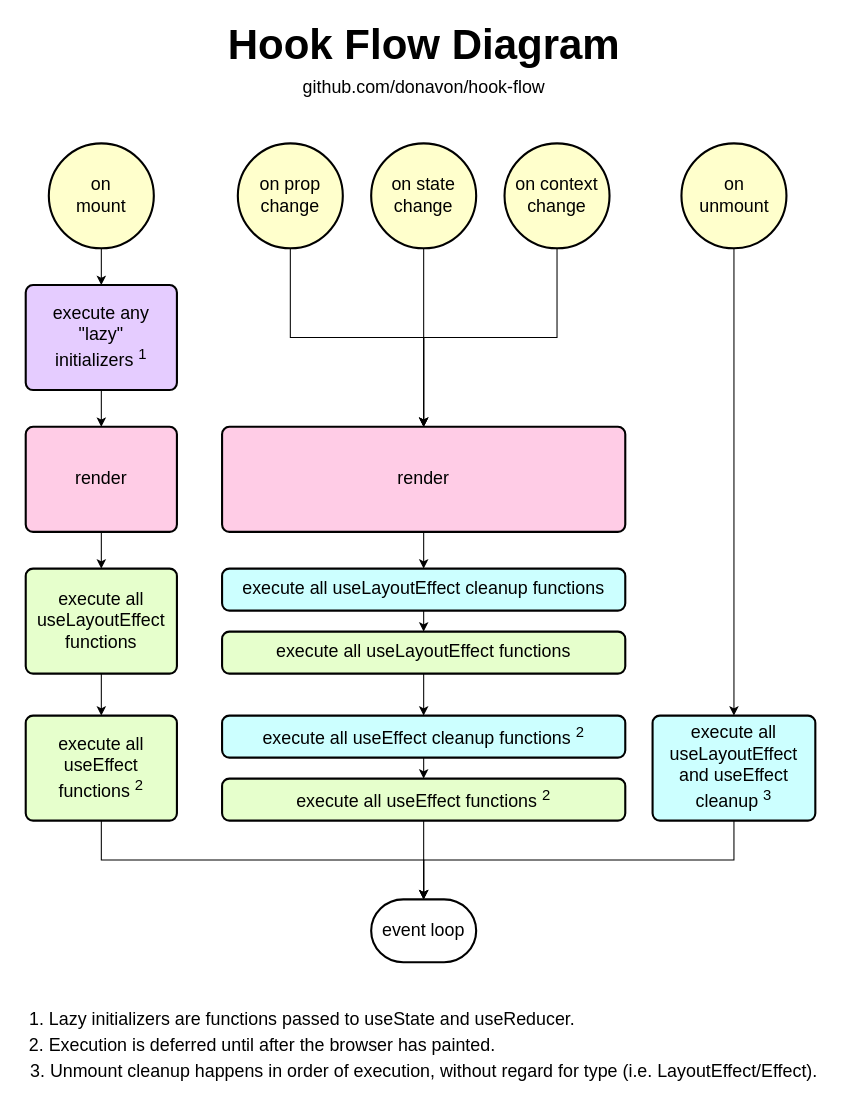
donavon/hook-flow keeps this draw.io diagram as hook-flow.drawio. Above is the earlier version. Source tidied: cells renumbered, new cells numbered last; positions are measured from the earlier drawing's top-left corner, leaving out a move shared by most shapes. Both pictures are drawn from the tidied source at 105%, with x=0, y=0 at pixel (18, 27).
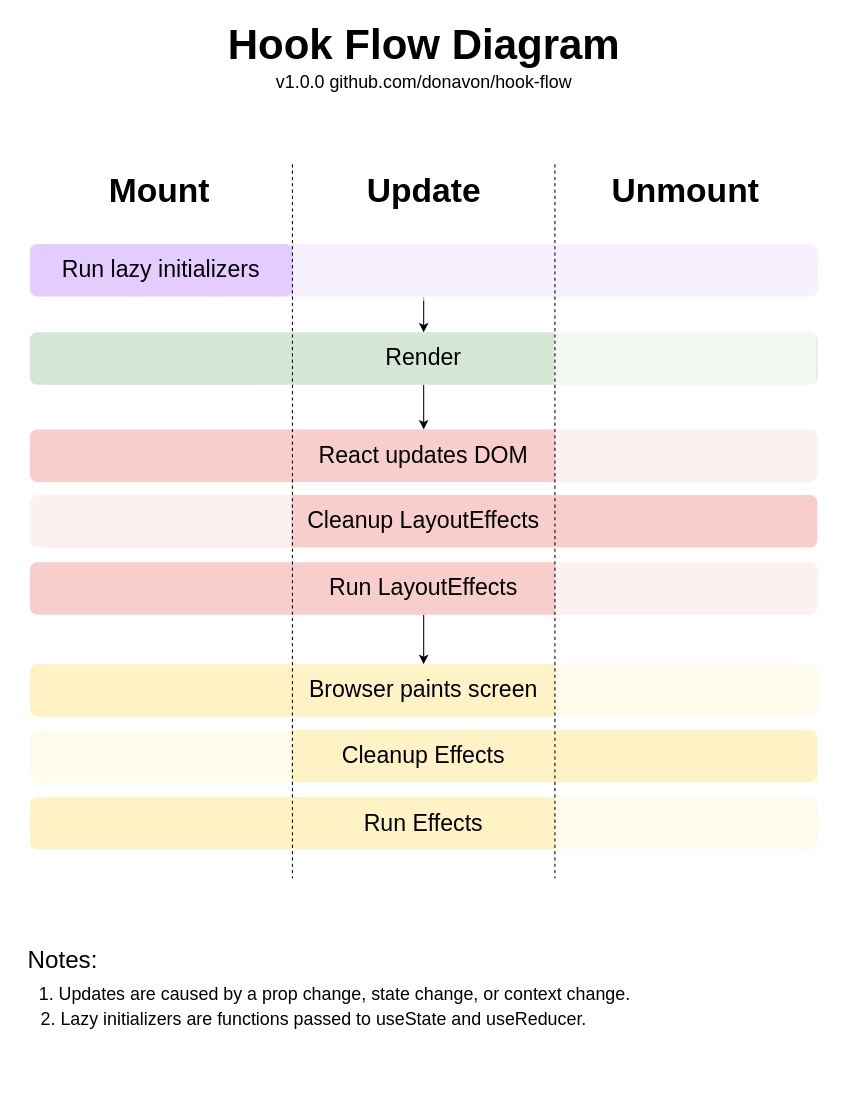
The same diagram, later.

Commit message:
after discussion w/dan

Diff of the diagram source:
```diff
@@
-    <mxCell id="2" style="edgeStyle=orthogonalEdgeStyle;rounded=0;jettySize=auto;html=1;exitX=0.5;exitY=1;exitDx=0;exitDy=0;exitPerimeter=0;entryX=0.5;entryY=0;entryDx=0;entryDy=0;fontSize=17;" parent="1" edge="1" source="3" target="5">
-      <mxGeometry relative="1" as="geometry" />
-    </mxCell>
-    <mxCell id="3" value="on&lt;br&gt;mount" style="strokeWidth=2;html=1;shape=mxgraph.flowchart.start_2;whiteSpace=wrap;fontSize=17;fillColor=#FFFFCC;" parent="1" vertex="1">
-      <mxGeometry x="29" y="110" width="100" height="100" as="geometry" />
-    </mxCell>
-    <mxCell id="4" style="edgeStyle=orthogonalEdgeStyle;rounded=0;jettySize=auto;html=1;exitX=0.5;exitY=1;exitDx=0;exitDy=0;entryX=0.5;entryY=0;entryDx=0;entryDy=0;fontSize=17;" parent="1" edge="1" source="5" target="7">
-      <mxGeometry relative="1" as="geometry" />
-    </mxCell>
-    <mxCell id="5" value="execute any&lt;br style=&quot;font-size: 17px&quot;&gt;&quot;lazy&quot;&lt;br style=&quot;font-size: 17px&quot;&gt;initializers &lt;sup&gt;1&lt;/sup&gt;&lt;br style=&quot;font-size: 17px&quot;&gt;" style="rounded=1;whiteSpace=wrap;html=1;absoluteArcSize=1;arcSize=14;strokeWidth=2;fontSize=17;fillColor=#E5CCFF;" parent="1" vertex="1">
-      <mxGeometry x="7" y="245" width="144" height="100" as="geometry" />
-    </mxCell>
-    <mxCell id="6" style="edgeStyle=orthogonalEdgeStyle;rounded=0;jettySize=auto;html=1;exitX=0.5;exitY=1;exitDx=0;exitDy=0;entryX=0.5;entryY=0;entryDx=0;entryDy=0;fontSize=17;" parent="1" edge="1" source="7" target="9">
-      <mxGeometry relative="1" as="geometry" />
-    </mxCell>
-    <mxCell id="7" value="render" style="rounded=1;whiteSpace=wrap;html=1;absoluteArcSize=1;arcSize=14;strokeWidth=2;fontSize=17;fillColor=#FFCCE6;" parent="1" vertex="1">
-      <mxGeometry x="7" y="380" width="144" height="100" as="geometry" />
-    </mxCell>
-    <mxCell id="8" style="edgeStyle=orthogonalEdgeStyle;rounded=0;jettySize=auto;html=1;exitX=0.5;exitY=1;exitDx=0;exitDy=0;entryX=0.5;entryY=0;entryDx=0;entryDy=0;fontSize=17;" parent="1" edge="1" source="9" target="11">
-      <mxGeometry relative="1" as="geometry" />
-    </mxCell>
-    <mxCell id="9" value="execute all&lt;br style=&quot;font-size: 17px&quot;&gt;useLayoutEffect functions" style="rounded=1;whiteSpace=wrap;html=1;absoluteArcSize=1;arcSize=14;strokeWidth=2;fontSize=17;fillColor=#E6FFCC;" parent="1" vertex="1">
-      <mxGeometry x="7" y="515" width="144" height="100" as="geometry" />
-    </mxCell>
-    <mxCell id="10" style="edgeStyle=orthogonalEdgeStyle;rounded=0;jettySize=auto;html=1;exitX=0.5;exitY=1;exitDx=0;exitDy=0;entryX=0.5;entryY=0;entryDx=0;entryDy=0;entryPerimeter=0;fontSize=17;" parent="1" edge="1" source="11" target="16">
-      <mxGeometry relative="1" as="geometry" />
-    </mxCell>
-    <mxCell id="11" value="execute all&lt;br style=&quot;font-size: 17px&quot;&gt;useEffect functions &lt;sup&gt;2&lt;/sup&gt;" style="rounded=1;whiteSpace=wrap;html=1;absoluteArcSize=1;arcSize=14;strokeWidth=2;fontSize=17;fillColor=#E6FFCC;" parent="1" vertex="1">
-      <mxGeometry x="7" y="655" width="144" height="100" as="geometry" />
-    </mxCell>
-    <mxCell id="12" style="edgeStyle=orthogonalEdgeStyle;rounded=0;jettySize=auto;html=1;exitX=0.5;exitY=1;exitDx=0;exitDy=0;exitPerimeter=0;fontSize=17;" parent="1" edge="1" source="13" target="28">
-      <mxGeometry relative="1" as="geometry" />
-    </mxCell>
-    <mxCell id="13" value="on prop&lt;br style=&quot;font-size: 17px;&quot;&gt;change&lt;br style=&quot;font-size: 17px;&quot;&gt;" style="strokeWidth=2;html=1;shape=mxgraph.flowchart.start_2;whiteSpace=wrap;fontSize=17;fillColor=#FFFFCC;" parent="1" vertex="1">
-      <mxGeometry x="209" y="110" width="100" height="100" as="geometry" />
-    </mxCell>
-    <mxCell id="14" style="edgeStyle=orthogonalEdgeStyle;rounded=0;jettySize=auto;html=1;exitX=0.5;exitY=1;exitDx=0;exitDy=0;exitPerimeter=0;fontSize=17;" parent="1" edge="1" source="15" target="28">
-      <mxGeometry relative="1" as="geometry" />
-    </mxCell>
-    <mxCell id="15" value="on state&lt;br style=&quot;font-size: 17px;&quot;&gt;change&lt;br style=&quot;font-size: 17px;&quot;&gt;" style="strokeWidth=2;html=1;shape=mxgraph.flowchart.start_2;whiteSpace=wrap;fontSize=17;fillColor=#FFFFCC;" parent="1" vertex="1">
-      <mxGeometry x="336" y="110" width="100" height="100" as="geometry" />
-    </mxCell>
-    <mxCell id="16" value="event loop" style="strokeWidth=2;html=1;shape=mxgraph.flowchart.terminator;whiteSpace=wrap;fontSize=17;" parent="1" vertex="1">
-      <mxGeometry x="336" y="830" width="100" height="60" as="geometry" />
-    </mxCell>
-    <mxCell id="17" style="edgeStyle=orthogonalEdgeStyle;rounded=0;jettySize=auto;html=1;exitX=0.5;exitY=1;exitDx=0;exitDy=0;exitPerimeter=0;entryX=0.5;entryY=0;entryDx=0;entryDy=0;fontSize=17;" parent="1" edge="1" source="18" target="20">
-      <mxGeometry relative="1" as="geometry" />
-    </mxCell>
-    <mxCell id="18" value="on&lt;br&gt;unmount" style="strokeWidth=2;html=1;shape=mxgraph.flowchart.start_2;whiteSpace=wrap;fontSize=17;fillColor=#FFFFCC;" parent="1" vertex="1">
-      <mxGeometry x="631.5" y="110" width="100" height="100" as="geometry" />
-    </mxCell>
-    <mxCell id="19" style="edgeStyle=orthogonalEdgeStyle;rounded=0;jettySize=auto;html=1;exitX=0.5;exitY=1;exitDx=0;exitDy=0;entryX=0.5;entryY=0;entryDx=0;entryDy=0;entryPerimeter=0;fontSize=17;" parent="1" edge="1" source="20" target="16">
-      <mxGeometry relative="1" as="geometry" />
-    </mxCell>
-    <mxCell id="20" value="&lt;span style=&quot;font-size: 17px&quot;&gt;execute all&lt;/span&gt;&lt;br style=&quot;font-size: 17px&quot;&gt;&lt;span style=&quot;font-size: 17px&quot;&gt;useLayoutEffect&lt;/span&gt;&lt;br style=&quot;font-size: 17px&quot;&gt;&lt;span style=&quot;font-size: 17px&quot;&gt;and useEffect cleanup &lt;sup&gt;3&lt;/sup&gt;&lt;/span&gt;" style="rounded=1;whiteSpace=wrap;html=1;absoluteArcSize=1;arcSize=14;strokeWidth=2;fontSize=17;fillColor=#CCFFFF;" parent="1" vertex="1">
-      <mxGeometry x="604" y="655" width="155" height="100" as="geometry" />
-    </mxCell>
@@
-    <mxCell id="22" style="edgeStyle=orthogonalEdgeStyle;rounded=0;jettySize=auto;html=1;exitX=0.5;exitY=1;exitDx=0;exitDy=0;exitPerimeter=0;entryX=0.5;entryY=0;entryDx=0;entryDy=0;fontSize=17;" parent="1" edge="1" source="23" target="28">
-      <mxGeometry relative="1" as="geometry" />
-    </mxCell>
-    <mxCell id="23" value="on context&lt;br&gt;change&lt;br&gt;" style="strokeWidth=2;html=1;shape=mxgraph.flowchart.start_2;whiteSpace=wrap;fontSize=17;fillColor=#FFFFCC;" parent="1" vertex="1">
-      <mxGeometry x="463" y="110" width="100" height="100" as="geometry" />
-    </mxCell>
-    <mxCell id="24" value="&lt;div style=&quot;text-align: left&quot;&gt;&lt;span&gt;1. Lazy initializers are functions passed to useState and useReducer.&lt;/span&gt;&lt;/div&gt;" style="text;html=1;align=center;verticalAlign=middle;fillColor=none;strokeColor=none;rounded=0;fontSize=17;" parent="1" vertex="1">
-      <mxGeometry y="930" width="540" height="30" as="geometry" />
+    <mxCell id="24" value="&lt;div style=&quot;text-align: left&quot;&gt;&lt;span&gt;2. Lazy initializers are functions passed to useState and useReducer.&lt;/span&gt;&lt;/div&gt;" style="text;html=1;align=center;verticalAlign=middle;fillColor=none;strokeColor=none;rounded=0;fontSize=17;" parent="1" vertex="1">
+      <mxGeometry x="11" y="930" width="540" height="30" as="geometry" />
     </mxCell>
-    <mxCell id="25" value="&lt;div style=&quot;text-align: left&quot;&gt;&lt;/div&gt;2. Execution is deferred until after the browser has painted.&lt;br&gt;" style="text;html=1;align=center;verticalAlign=middle;fillColor=none;strokeColor=none;rounded=0;fontSize=17;" parent="1" vertex="1">
-      <mxGeometry x="2" y="955" width="460" height="30" as="geometry" />
-    </mxCell>
-    <mxCell id="26" value="&lt;div style=&quot;text-align: left&quot;&gt;3. Unmount cleanup happens in order of execution, without regard for type (i.e. LayoutEffect/Effect).&lt;br&gt;&lt;/div&gt;" style="text;html=1;align=center;verticalAlign=middle;fillColor=none;strokeColor=none;rounded=0;fontSize=17;" parent="1" vertex="1">
-      <mxGeometry x="1" y="980" width="770" height="30" as="geometry" />
-    </mxCell>
-    <mxCell id="27" style="edgeStyle=orthogonalEdgeStyle;rounded=0;jettySize=auto;html=1;exitX=0.5;exitY=1;exitDx=0;exitDy=0;entryX=0.5;entryY=0;entryDx=0;entryDy=0;fontSize=17;" parent="1" edge="1" source="28" target="30">
-      <mxGeometry relative="1" as="geometry" />
-    </mxCell>
+    <mxCell id="38" style="edgeStyle=orthogonalEdgeStyle;rounded=0;jettySize=auto;html=1;exitX=0.5;exitY=1;exitDx=0;exitDy=0;entryX=0.5;entryY=0;entryDx=0;entryDy=0;fontSize=32;" parent="1" edge="1" source="28" target="43">
+      <mxGeometry relative="1" as="geometry" />
+    </mxCell>
-    <mxCell id="28" value="render" style="rounded=1;whiteSpace=wrap;html=1;absoluteArcSize=1;arcSize=14;strokeWidth=2;fontSize=17;fillColor=#FFCCE6;" parent="1" vertex="1">
-      <mxGeometry x="194" y="380" width="384" height="100" as="geometry" />
+    <mxCell id="28" value="&lt;font style=&quot;font-size: 22px&quot;&gt;Render&lt;/font&gt;" style="rounded=1;whiteSpace=wrap;html=1;absoluteArcSize=1;arcSize=14;strokeWidth=2;fontSize=17;fillColor=#d5e6d4;strokeColor=none;" parent="1" vertex="1">
+      <mxGeometry x="11" y="290" width="750" height="50" as="geometry" />
     </mxCell>
-    <mxCell id="29" style="edgeStyle=orthogonalEdgeStyle;rounded=0;jettySize=auto;html=1;exitX=0.5;exitY=1;exitDx=0;exitDy=0;entryX=0.5;entryY=0;entryDx=0;entryDy=0;fontSize=17;" parent="1" edge="1" source="30" target="32">
-      <mxGeometry relative="1" as="geometry" />
-    </mxCell>
-    <mxCell id="30" value="execute all useLayoutEffect cleanup functions " style="rounded=1;whiteSpace=wrap;html=1;absoluteArcSize=1;arcSize=14;strokeWidth=2;fontSize=17;fillColor=#CCFFFF;" parent="1" vertex="1">
-      <mxGeometry x="194" y="515" width="384" height="40" as="geometry" />
-    </mxCell>
-    <mxCell id="31" style="edgeStyle=orthogonalEdgeStyle;rounded=0;jettySize=auto;html=1;exitX=0.5;exitY=1;exitDx=0;exitDy=0;entryX=0.5;entryY=0;entryDx=0;entryDy=0;fontSize=17;" parent="1" edge="1" source="32" target="34">
-      <mxGeometry relative="1" as="geometry" />
-    </mxCell>
-    <mxCell id="32" value="execute all useLayoutEffect functions" style="rounded=1;whiteSpace=wrap;html=1;absoluteArcSize=1;arcSize=14;strokeWidth=2;fontSize=17;fillColor=#E6FFCC;" parent="1" vertex="1">
-      <mxGeometry x="194" y="575" width="384" height="40" as="geometry" />
-    </mxCell>
-    <mxCell id="33" style="edgeStyle=orthogonalEdgeStyle;rounded=0;jettySize=auto;html=1;exitX=0.5;exitY=1;exitDx=0;exitDy=0;entryX=0.5;entryY=0;entryDx=0;entryDy=0;fontSize=17;" parent="1" edge="1" source="34" target="36">
-      <mxGeometry relative="1" as="geometry" />
-    </mxCell>
-    <mxCell id="34" value="execute all useEffect cleanup functions &lt;sup&gt;2&lt;/sup&gt;" style="rounded=1;whiteSpace=wrap;html=1;absoluteArcSize=1;arcSize=14;strokeWidth=2;fontSize=17;fillColor=#CCFFFF;" parent="1" vertex="1">
-      <mxGeometry x="194" y="655" width="384" height="40" as="geometry" />
-    </mxCell>
-    <mxCell id="35" style="edgeStyle=orthogonalEdgeStyle;rounded=0;jettySize=auto;html=1;exitX=0.5;exitY=1;exitDx=0;exitDy=0;entryX=0.5;entryY=0;entryDx=0;entryDy=0;entryPerimeter=0;fontSize=17;" parent="1" edge="1" source="36" target="16">
-      <mxGeometry relative="1" as="geometry" />
-    </mxCell>
-    <mxCell id="36" value="execute all useEffect functions &lt;sup&gt;2&lt;/sup&gt;" style="rounded=1;whiteSpace=wrap;html=1;absoluteArcSize=1;arcSize=14;strokeWidth=2;fontSize=17;fillColor=#E6FFCC;" parent="1" vertex="1">
-      <mxGeometry x="194" y="715" width="384" height="40" as="geometry" />
-    </mxCell>
-    <mxCell id="37" value="github.com/donavon/hook-flow&lt;br&gt;" style="text;html=1;align=center;verticalAlign=middle;fillColor=none;strokeColor=none;rounded=0;fontSize=17;" parent="1" vertex="1">
-      <mxGeometry x="260.5" y="43" width="250" height="30" as="geometry" />
+    <mxCell id="37" value="v1.0.0 github.com/donavon/hook-flow&lt;br&gt;" style="text;html=1;align=center;verticalAlign=middle;fillColor=none;strokeColor=none;rounded=0;fontSize=17;" parent="1" vertex="1">
+      <mxGeometry x="236" y="38" width="300" height="30" as="geometry" />
     </mxCell>
+    <mxCell id="39" value="&lt;div style=&quot;text-align: left&quot;&gt;&lt;span&gt;1. Updates are caused by a prop change, state change, or context change.&lt;/span&gt;&lt;/div&gt;" style="text;html=1;align=center;verticalAlign=middle;fillColor=none;strokeColor=none;rounded=0;fontSize=17;" parent="1" vertex="1">
+      <mxGeometry x="11" y="906" width="580" height="30" as="geometry" />
+    </mxCell>
+    <mxCell id="40" style="whiteSpace=wrap;html=1;strokeColor=none;fillColor=#FFFFFF;fontSize=17;opacity=70;" parent="1" vertex="1">
+      <mxGeometry x="510" y="284" width="250" height="61" as="geometry" />
+    </mxCell>
+    <mxCell id="41" value="&lt;font style=&quot;font-size: 32px;&quot;&gt;Unmount&lt;/font&gt;" style="text;html=1;align=center;verticalAlign=middle;fillColor=none;strokeColor=none;rounded=0;fontSize=32;opacity=70;fontStyle=1;" parent="1" vertex="1">
+      <mxGeometry x="585" y="140" width="100" height="30" as="geometry" />
+    </mxCell>
+    <mxCell id="42" value="&lt;font style=&quot;font-size: 32px;&quot;&gt;Mount&lt;/font&gt;" style="text;html=1;align=center;verticalAlign=middle;fillColor=none;strokeColor=none;rounded=0;fontSize=32;opacity=70;fontStyle=1;" parent="1" vertex="1">
+      <mxGeometry x="94" y="140" width="80" height="30" as="geometry" />
+    </mxCell>
+    <mxCell id="43" value="&lt;font style=&quot;font-size: 22px&quot;&gt;React updates DOM&lt;/font&gt;" style="rounded=1;whiteSpace=wrap;html=1;absoluteArcSize=1;arcSize=14;strokeWidth=2;fontSize=17;fillColor=#f7cecc;strokeColor=none;" parent="1" vertex="1">
+      <mxGeometry x="11" y="382.5" width="750" height="50" as="geometry" />
+    </mxCell>
+    <mxCell id="44" style="whiteSpace=wrap;html=1;strokeColor=none;fillColor=#FFFFFF;fontSize=17;opacity=70;" parent="1" vertex="1">
+      <mxGeometry x="511" y="376.5" width="250" height="61" as="geometry" />
+    </mxCell>
+    <mxCell id="45" value="&lt;font style=&quot;font-size: 22px&quot;&gt;Cleanup LayoutEffects&lt;/font&gt;" style="rounded=1;whiteSpace=wrap;html=1;absoluteArcSize=1;arcSize=14;strokeWidth=2;fontSize=17;fillColor=#f7cecc;strokeColor=none;" parent="1" vertex="1">
+      <mxGeometry x="11" y="445" width="750" height="50" as="geometry" />
+    </mxCell>
+    <mxCell id="46" style="whiteSpace=wrap;html=1;strokeColor=none;fillColor=#FFFFFF;fontSize=17;opacity=70;" parent="1" vertex="1">
+      <mxGeometry x="10" y="440" width="250" height="61" as="geometry" />
+    </mxCell>
+    <mxCell id="47" style="edgeStyle=orthogonalEdgeStyle;rounded=0;jettySize=auto;html=1;exitX=0.5;exitY=1;exitDx=0;exitDy=0;entryX=0.5;entryY=0;entryDx=0;entryDy=0;fontSize=32;" parent="1" edge="1" source="48" target="55">
+      <mxGeometry relative="1" as="geometry" />
+    </mxCell>
+    <mxCell id="48" value="&lt;font style=&quot;font-size: 22px&quot;&gt;Run LayoutEffects&lt;/font&gt;" style="rounded=1;whiteSpace=wrap;html=1;absoluteArcSize=1;arcSize=14;strokeWidth=2;fontSize=17;fillColor=#f7cecc;strokeColor=none;" parent="1" vertex="1">
+      <mxGeometry x="11" y="509" width="750" height="50" as="geometry" />
+    </mxCell>
+    <mxCell id="49" style="whiteSpace=wrap;html=1;strokeColor=none;fillColor=#FFFFFF;fontSize=17;opacity=70;" parent="1" vertex="1">
+      <mxGeometry x="511" y="503" width="250" height="61" as="geometry" />
+    </mxCell>
+    <mxCell id="50" style="edgeStyle=orthogonalEdgeStyle;rounded=0;jettySize=auto;html=1;exitX=0.5;exitY=1;exitDx=0;exitDy=0;entryX=0.5;entryY=0;entryDx=0;entryDy=0;fontSize=32;" parent="1" edge="1" source="51" target="28">
+      <mxGeometry relative="1" as="geometry" />
+    </mxCell>
+    <mxCell id="51" style="rounded=1;whiteSpace=wrap;html=1;absoluteArcSize=1;arcSize=14;strokeWidth=2;fontSize=17;fillColor=#E5CCFF;strokeColor=none;" parent="1" vertex="1">
+      <mxGeometry x="11" y="206" width="750" height="50" as="geometry" />
+    </mxCell>
+    <mxCell id="52" style="whiteSpace=wrap;html=1;strokeColor=none;fillColor=#FFFFFF;fontSize=17;opacity=70;" parent="1" vertex="1">
+      <mxGeometry x="10" y="201" width="250" height="61" as="geometry" />
+    </mxCell>
+    <mxCell id="53" style="whiteSpace=wrap;html=1;strokeColor=none;fillColor=#FFFFFF;fontSize=17;opacity=70;" parent="1" vertex="1">
+      <mxGeometry x="261" y="199" width="500" height="61" as="geometry" />
+    </mxCell>
+    <mxCell id="54" value="&lt;font style=&quot;font-size: 22px&quot;&gt;Run lazy initializers&lt;/font&gt;" style="rounded=1;whiteSpace=wrap;html=1;absoluteArcSize=1;arcSize=14;strokeWidth=2;fontSize=17;fillColor=#E5CCFF;strokeColor=none;" parent="1" vertex="1">
+      <mxGeometry x="11" y="206" width="250" height="50" as="geometry" />
+    </mxCell>
+    <mxCell id="55" value="&lt;font style=&quot;font-size: 22px&quot;&gt;Browser paints screen&lt;/font&gt;" style="rounded=1;whiteSpace=wrap;html=1;absoluteArcSize=1;arcSize=14;strokeWidth=2;fontSize=17;fillColor=#fff2c5;strokeColor=none;" parent="1" vertex="1">
+      <mxGeometry x="11" y="606" width="750" height="50" as="geometry" />
+    </mxCell>
+    <mxCell id="56" style="whiteSpace=wrap;html=1;strokeColor=none;fillColor=#FFFFFF;fontSize=17;opacity=70;" parent="1" vertex="1">
+      <mxGeometry x="511" y="600" width="250" height="61" as="geometry" />
+    </mxCell>
+    <mxCell id="57" value="&lt;font style=&quot;font-size: 22px&quot;&gt;Cleanup Effects&lt;/font&gt;" style="rounded=1;whiteSpace=wrap;html=1;absoluteArcSize=1;arcSize=14;strokeWidth=2;fontSize=17;fillColor=#fff2c5;strokeColor=none;" parent="1" vertex="1">
+      <mxGeometry x="11" y="668.5" width="750" height="50" as="geometry" />
+    </mxCell>
+    <mxCell id="58" style="whiteSpace=wrap;html=1;strokeColor=none;fillColor=#FFFFFF;fontSize=17;opacity=70;" parent="1" vertex="1">
+      <mxGeometry x="10" y="663.5" width="250" height="61" as="geometry" />
+    </mxCell>
+    <mxCell id="59" value="&lt;font style=&quot;font-size: 22px&quot;&gt;Run Effects&lt;/font&gt;" style="rounded=1;whiteSpace=wrap;html=1;absoluteArcSize=1;arcSize=14;strokeWidth=2;fontSize=17;fillColor=#fff2c5;strokeColor=none;" parent="1" vertex="1">
+      <mxGeometry x="11" y="732.5" width="750" height="50" as="geometry" />
+    </mxCell>
+    <mxCell id="60" style="whiteSpace=wrap;html=1;strokeColor=none;fillColor=#FFFFFF;fontSize=17;opacity=70;" parent="1" vertex="1">
+      <mxGeometry x="511" y="726.5" width="250" height="61" as="geometry" />
+    </mxCell>
+    <mxCell id="61" style="endArrow=none;dashed=1;html=1;fontSize=32;" parent="1" edge="1">
+      <mxGeometry relative="1" as="geometry">
+        <mxPoint x="261" y="130" as="sourcePoint" />
+        <mxPoint x="261" y="810" as="targetPoint" />
+      </mxGeometry>
+    </mxCell>
+    <mxCell id="62" style="endArrow=none;dashed=1;html=1;fontSize=32;" parent="1" edge="1">
+      <mxGeometry relative="1" as="geometry">
+        <mxPoint x="511" y="130" as="sourcePoint" />
+        <mxPoint x="511" y="810" as="targetPoint" />
+      </mxGeometry>
+    </mxCell>
+    <mxCell id="63" value="&lt;font style=&quot;font-size: 32px&quot;&gt;Update&lt;/font&gt;" style="text;html=1;align=center;verticalAlign=middle;fillColor=none;strokeColor=none;rounded=0;fontSize=32;opacity=70;fontStyle=1;" parent="1" vertex="1">
+      <mxGeometry x="325.5" y="135" width="120" height="40" as="geometry" />
+    </mxCell>
+    <mxCell id="64" value="&lt;font style=&quot;font-size: 23px&quot;&gt;Notes:&lt;/font&gt;" style="text;html=1;align=center;verticalAlign=middle;fillColor=none;strokeColor=none;rounded=0;fontSize=32;opacity=70;" parent="1" vertex="1">
+      <mxGeometry x="1.5" y="860" width="80" height="50" as="geometry" />
+    </mxCell>
```
